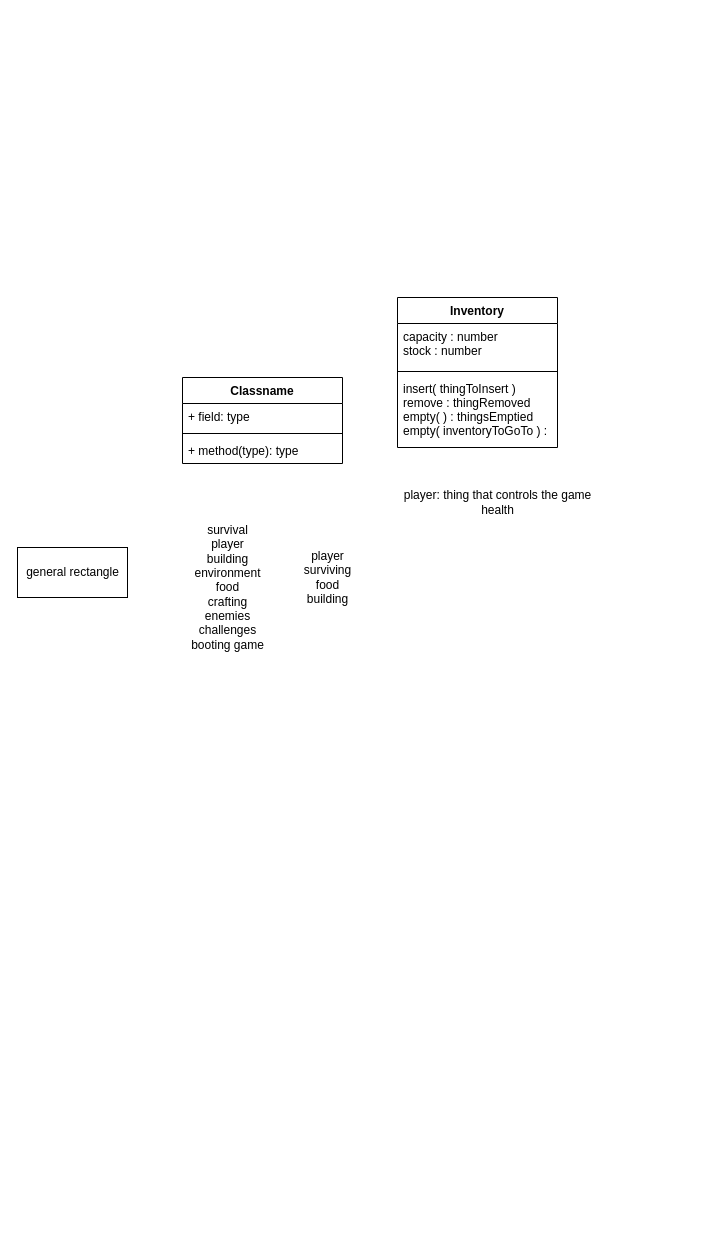
ericbible/cscs1240-playground keeps this draw.io diagram as Initial-General-Diagram.drawio. Above is the earlier version. Source tidied: cells renumbered, new cells numbered last; positions are measured from the earlier drawing's top-left corner, leaving out a move shared by most shapes. Both pictures are drawn from the tidied source at 100%, with x=0, y=0 at pixel (17, 297).
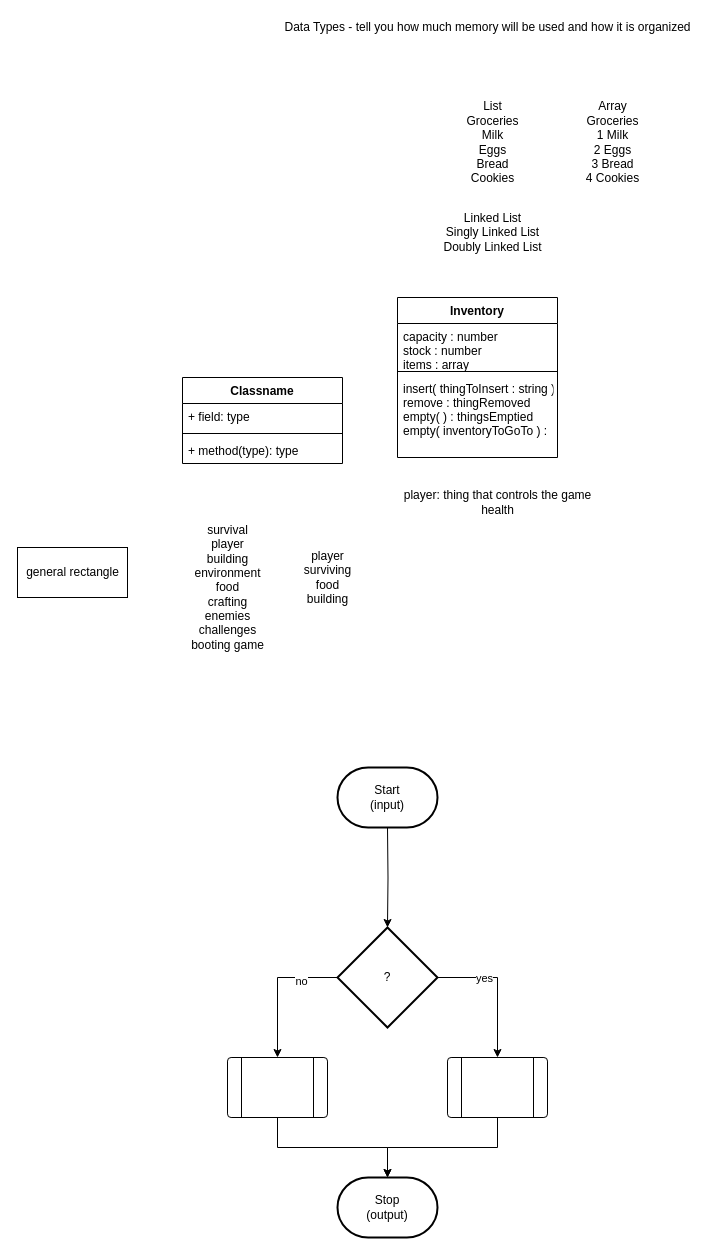
The same diagram, later.

Commit message:
Added items type to inventory and discussed lists/arrays

Diff of the diagram source:
```diff
@@
     <mxCell id="10" value="Inventory" style="swimlane;fontStyle=1;align=center;verticalAlign=top;horizontal=1;startSize=26;" parent="1" vertex="1">
-      <mxGeometry x="380" width="160" height="150" as="geometry" />
+      <mxGeometry x="380" width="160" height="160" as="geometry" />
     </mxCell>
-    <mxCell id="11" value="capacity : number&#10;stock : number&#10;" style="text;strokeColor=none;fillColor=none;align=left;verticalAlign=top;spacingLeft=4;spacingRight=4;overflow=hidden;" parent="10" vertex="1">
+    <mxCell id="11" value="capacity : number&#10;stock : number&#10;items : array&#10;" style="text;strokeColor=none;fillColor=none;align=left;verticalAlign=top;spacingLeft=4;spacingRight=4;overflow=hidden;" parent="10" vertex="1">
       <mxGeometry y="26" width="160" height="44" as="geometry" />
     </mxCell>
@@
-    <mxCell id="13" value="insert( thingToInsert )&#10;remove : thingRemoved&#10;empty( ) : thingsEmptied&#10;empty( inventoryToGoTo ) : " style="text;strokeColor=none;fillColor=none;align=left;verticalAlign=top;spacingLeft=4;spacingRight=4;overflow=hidden;" parent="10" vertex="1">
-      <mxGeometry y="78" width="160" height="72" as="geometry" />
+    <mxCell id="13" value="insert( thingToInsert : string )&#10;remove : thingRemoved&#10;empty( ) : thingsEmptied&#10;empty( inventoryToGoTo ) : " style="text;strokeColor=none;fillColor=none;align=left;verticalAlign=top;spacingLeft=4;spacingRight=4;overflow=hidden;" parent="10" vertex="1">
+      <mxGeometry y="78" width="160" height="82" as="geometry" />
     </mxCell>
+    <mxCell id="14" style="edgeStyle=orthogonalEdgeStyle;rounded=0;jettySize=auto;html=1;exitX=0.5;exitY=1;exitDx=0;exitDy=0;exitPerimeter=0;entryX=0.5;entryY=0;entryDx=0;entryDy=0;entryPerimeter=0;" parent="1" edge="1" target="19">
+      <mxGeometry relative="1" as="geometry">
+        <mxPoint x="370" y="530" as="sourcePoint" />
+      </mxGeometry>
+    </mxCell>
+    <mxCell id="15" style="edgeStyle=orthogonalEdgeStyle;rounded=0;jettySize=auto;html=1;exitX=0;exitY=0.5;exitDx=0;exitDy=0;exitPerimeter=0;entryX=0.5;entryY=0;entryDx=0;entryDy=0;" parent="1" edge="1" source="19" target="21">
+      <mxGeometry relative="1" as="geometry" />
+    </mxCell>
+    <mxCell id="16" value="no" style="edgeLabel;html=1;align=center;verticalAlign=middle;" parent="15" vertex="1">
+      <mxGeometry x="-0.47" y="3" relative="1" as="geometry" />
+    </mxCell>
+    <mxCell id="17" style="edgeStyle=orthogonalEdgeStyle;rounded=0;jettySize=auto;html=1;exitX=1;exitY=0.5;exitDx=0;exitDy=0;exitPerimeter=0;entryX=0.5;entryY=0;entryDx=0;entryDy=0;" parent="1" edge="1" source="19" target="23">
+      <mxGeometry relative="1" as="geometry" />
+    </mxCell>
+    <mxCell id="18" value="yes" style="edgeLabel;html=1;align=center;verticalAlign=middle;" parent="17" vertex="1">
+      <mxGeometry x="-0.34" relative="1" as="geometry" />
+    </mxCell>
+    <mxCell id="19" value="?" style="strokeWidth=2;html=1;shape=mxgraph.flowchart.decision;whiteSpace=wrap;" parent="1" vertex="1">
+      <mxGeometry x="320" y="630" width="100" height="100" as="geometry" />
+    </mxCell>
+    <mxCell id="20" style="edgeStyle=orthogonalEdgeStyle;rounded=0;jettySize=auto;html=1;exitX=0.5;exitY=1;exitDx=0;exitDy=0;entryX=0.5;entryY=0;entryDx=0;entryDy=0;entryPerimeter=0;" parent="1" edge="1" source="21" target="25">
+      <mxGeometry relative="1" as="geometry" />
+    </mxCell>
+    <mxCell id="21" style="verticalLabelPosition=bottom;verticalAlign=top;html=1;shape=process;whiteSpace=wrap;rounded=1;size=0.14;arcSize=6;" parent="1" vertex="1">
+      <mxGeometry x="210" y="760" width="100" height="60" as="geometry" />
+    </mxCell>
+    <mxCell id="22" style="edgeStyle=orthogonalEdgeStyle;rounded=0;jettySize=auto;html=1;exitX=0.5;exitY=1;exitDx=0;exitDy=0;entryX=0.5;entryY=0;entryDx=0;entryDy=0;entryPerimeter=0;" parent="1" edge="1" source="23" target="25">
+      <mxGeometry relative="1" as="geometry" />
+    </mxCell>
+    <mxCell id="23" style="verticalLabelPosition=bottom;verticalAlign=top;html=1;shape=process;whiteSpace=wrap;rounded=1;size=0.14;arcSize=6;" parent="1" vertex="1">
+      <mxGeometry x="430" y="760" width="100" height="60" as="geometry" />
+    </mxCell>
+    <mxCell id="24" value="Start&lt;br&gt;(input)" style="strokeWidth=2;html=1;shape=mxgraph.flowchart.terminator;whiteSpace=wrap;" parent="1" vertex="1">
+      <mxGeometry x="320" y="470" width="100" height="60" as="geometry" />
+    </mxCell>
+    <mxCell id="25" value="Stop&lt;br&gt;(output)" style="strokeWidth=2;html=1;shape=mxgraph.flowchart.terminator;whiteSpace=wrap;" parent="1" vertex="1">
+      <mxGeometry x="320" y="880" width="100" height="60" as="geometry" />
+    </mxCell>
+    <mxCell id="26" value="List&lt;br&gt;Groceries&lt;br&gt;Milk&lt;br&gt;Eggs&lt;br&gt;Bread&lt;br&gt;Cookies" style="text;html=1;align=center;verticalAlign=middle;" parent="1" vertex="1">
+      <mxGeometry x="440" y="-200" width="70" height="90" as="geometry" />
+    </mxCell>
+    <mxCell id="27" value="Array&lt;br&gt;Groceries&lt;br&gt;1 Milk&lt;br&gt;2 Eggs&lt;br&gt;3 Bread&lt;br&gt;4 Cookies" style="text;html=1;align=center;verticalAlign=middle;" parent="1" vertex="1">
+      <mxGeometry x="560" y="-200" width="70" height="90" as="geometry" />
+    </mxCell>
+    <mxCell id="28" value="Linked List&lt;br&gt;Singly Linked List&lt;br&gt;Doubly Linked List" style="text;html=1;align=center;verticalAlign=middle;" parent="1" vertex="1">
+      <mxGeometry x="420" y="-90" width="110" height="50" as="geometry" />
+    </mxCell>
+    <mxCell id="29" value="Data Types - tell you how much memory will be used and how it is organized" style="text;html=1;align=center;verticalAlign=middle;" parent="1" vertex="1">
+      <mxGeometry x="260" y="-280" width="420" height="20" as="geometry" />
+    </mxCell>
```
